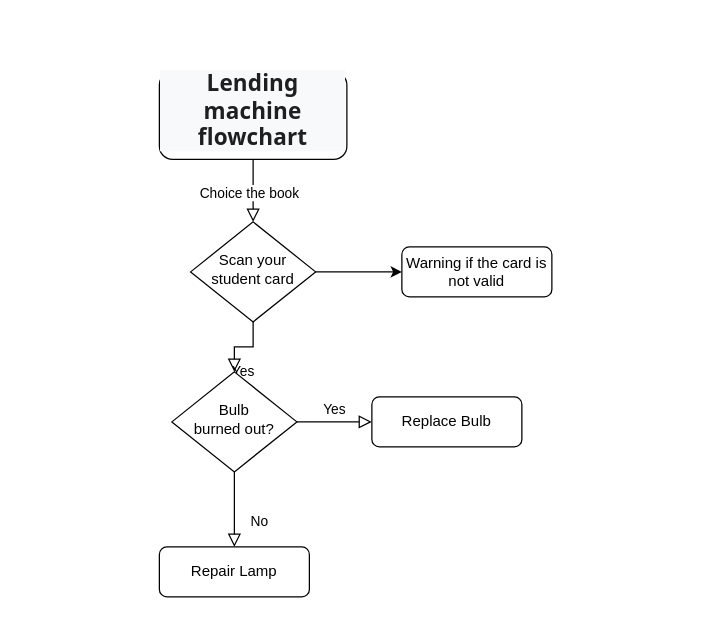
Above: Java-Group-Work.drawio in andylovecloud/Java (draw.io), before the change. Source tidied: cells renumbered, new cells numbered last; positions are measured from the earlier drawing's top-left corner, leaving out a move shared by most shapes. Both pictures are drawn from the tidied source at 125%, with x=0, y=0 at pixel (159, 71).
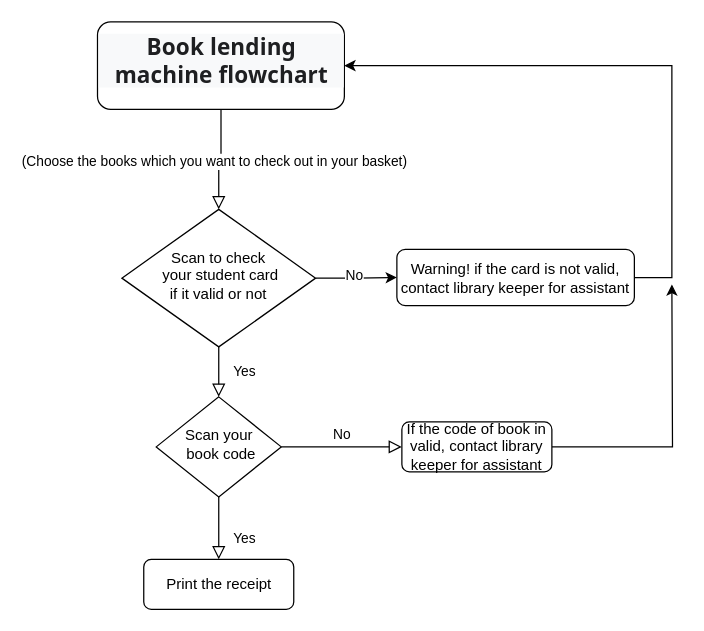
The same page after the edit.

Change to the diagram source:
```diff
@@
 <mxGraphModel>
   <root>
     <mxCell id="0" />
     <mxCell id="1" parent="0" />
     <mxCell id="2" style="rounded=0;html=1;jettySize=auto;fontSize=11;endArrow=block;endFill=0;endSize=8;strokeWidth=1;shadow=0;labelBackgroundColor=none;edgeStyle=orthogonalEdgeStyle;" parent="1" edge="1" source="4" target="7">
       <mxGeometry relative="1" as="geometry" />
     </mxCell>
-    <mxCell id="3" value="Choice the book" style="edgeLabel;html=1;align=center;verticalAlign=middle;" parent="2" vertex="1">
+    <mxCell id="3" value="(Choose the books which you want to check out in your basket)" style="edgeLabel;html=1;align=center;verticalAlign=middle;" parent="2" vertex="1">
       <mxGeometry x="0.04" y="-4" relative="1" as="geometry" />
     </mxCell>
-    <mxCell id="4" value="&lt;h4 style=&quot;box-sizing: border-box; margin-top: 0px; margin-bottom: 0.5rem; line-height: 1.2; font-size: 18px; font-family: &amp;quot;Noto Sans&amp;quot;, -apple-system, BlinkMacSystemFont, &amp;quot;Segoe UI&amp;quot;, &amp;quot;Helvetica Neue&amp;quot;, Arial, sans-serif, &amp;quot;Apple Color Emoji&amp;quot;, &amp;quot;Segoe UI Emoji&amp;quot;, &amp;quot;Segoe UI Symbol&amp;quot;; color: rgb(30, 31, 33); letter-spacing: 0.1px; background-color: rgb(248, 249, 250);&quot; id=&quot;yui_3_17_2_1_1693217284530_504&quot;&gt;Lending machine flowchart&lt;/h4&gt;" style="rounded=1;whiteSpace=wrap;html=1;fontSize=12;glass=0;strokeWidth=1;shadow=0;align=center;" parent="1" vertex="1">
-      <mxGeometry width="150" height="70" as="geometry" />
+    <mxCell id="4" value="&lt;h4 style=&quot;box-sizing: border-box; margin-top: 0px; margin-bottom: 0.5rem; line-height: 1.2; font-size: 18px; font-family: &amp;quot;Noto Sans&amp;quot;, -apple-system, BlinkMacSystemFont, &amp;quot;Segoe UI&amp;quot;, &amp;quot;Helvetica Neue&amp;quot;, Arial, sans-serif, &amp;quot;Apple Color Emoji&amp;quot;, &amp;quot;Segoe UI Emoji&amp;quot;, &amp;quot;Segoe UI Symbol&amp;quot;; color: rgb(30, 31, 33); letter-spacing: 0.1px; background-color: rgb(248, 249, 250);&quot; id=&quot;yui_3_17_2_1_1693217284530_504&quot;&gt;Book lending machine flowchart&lt;/h4&gt;" style="rounded=1;whiteSpace=wrap;html=1;fontSize=12;glass=0;strokeWidth=1;shadow=0;align=center;" parent="1" vertex="1">
+      <mxGeometry x="-49.5" y="-40" width="197.5" height="70" as="geometry" />
     </mxCell>
     <mxCell id="5" value="Yes" style="rounded=0;html=1;jettySize=auto;fontSize=11;endArrow=block;endFill=0;endSize=8;strokeWidth=1;shadow=0;labelBackgroundColor=none;edgeStyle=orthogonalEdgeStyle;" parent="1" edge="1" source="7" target="10">
       <mxGeometry y="20" relative="1" as="geometry" />
     </mxCell>
     <mxCell id="6" style="edgeStyle=orthogonalEdgeStyle;rounded=0;jettySize=auto;html=1;" parent="1" edge="1" source="7" target="13">
       <mxGeometry relative="1" as="geometry" />
     </mxCell>
+    <mxCell id="14" value="No" style="edgeLabel;html=1;align=center;verticalAlign=middle;" parent="6" vertex="1">
+      <mxGeometry x="-0.08" y="4" relative="1" as="geometry">
+        <mxPoint y="1" as="offset" />
+      </mxGeometry>
+    </mxCell>
-    <mxCell id="7" value="Scan your student card" style="rhombus;whiteSpace=wrap;html=1;shadow=0;fontFamily=Helvetica;fontSize=12;align=center;strokeWidth=1;spacing=6;spacingTop=-4;" parent="1" vertex="1">
-      <mxGeometry x="25" y="120" width="100" height="80" as="geometry" />
+    <mxCell id="7" value="Scan to check&lt;br&gt;&amp;nbsp;your student card &lt;br&gt;if it valid or not" style="rhombus;whiteSpace=wrap;html=1;shadow=0;fontFamily=Helvetica;fontSize=12;align=center;strokeWidth=1;spacing=6;spacingTop=-4;" parent="1" vertex="1">
+      <mxGeometry x="-30" y="110" width="155" height="110" as="geometry" />
     </mxCell>
-    <mxCell id="8" value="No" style="rounded=0;html=1;jettySize=auto;fontSize=11;endArrow=block;endFill=0;endSize=8;strokeWidth=1;shadow=0;labelBackgroundColor=none;edgeStyle=orthogonalEdgeStyle;" parent="1" edge="1" source="10" target="11">
+    <mxCell id="8" value="Yes" style="rounded=0;html=1;jettySize=auto;fontSize=11;endArrow=block;endFill=0;endSize=8;strokeWidth=1;shadow=0;labelBackgroundColor=none;edgeStyle=orthogonalEdgeStyle;" parent="1" edge="1" source="10" target="11">
       <mxGeometry x="0.33" y="20" relative="1" as="geometry" />
     </mxCell>
-    <mxCell id="9" value="Yes" style="edgeStyle=orthogonalEdgeStyle;rounded=0;html=1;jettySize=auto;fontSize=11;endArrow=block;endFill=0;endSize=8;strokeWidth=1;shadow=0;labelBackgroundColor=none;" parent="1" edge="1" source="10" target="12">
+    <mxCell id="9" value="No" style="edgeStyle=orthogonalEdgeStyle;rounded=0;html=1;jettySize=auto;fontSize=11;endArrow=block;endFill=0;endSize=8;strokeWidth=1;shadow=0;labelBackgroundColor=none;" parent="1" edge="1" source="10" target="12">
       <mxGeometry y="10" relative="1" as="geometry" />
     </mxCell>
-    <mxCell id="10" value="Bulb&lt;br&gt;burned out?" style="rhombus;whiteSpace=wrap;html=1;shadow=0;fontFamily=Helvetica;fontSize=12;align=center;strokeWidth=1;spacing=6;spacingTop=-4;" parent="1" vertex="1">
-      <mxGeometry x="10" y="240" width="100" height="80" as="geometry" />
+    <mxCell id="10" value="Scan your&lt;br&gt;&amp;nbsp;book code" style="rhombus;whiteSpace=wrap;html=1;shadow=0;fontFamily=Helvetica;fontSize=12;align=center;strokeWidth=1;spacing=6;spacingTop=-4;" parent="1" vertex="1">
+      <mxGeometry x="-2.5" y="260" width="100" height="80" as="geometry" />
     </mxCell>
-    <mxCell id="11" value="Repair Lamp" style="rounded=1;whiteSpace=wrap;html=1;fontSize=12;glass=0;strokeWidth=1;shadow=0;" parent="1" vertex="1">
-      <mxGeometry y="380" width="120" height="40" as="geometry" />
+    <mxCell id="11" value="Print the receipt" style="rounded=1;whiteSpace=wrap;html=1;fontSize=12;glass=0;strokeWidth=1;shadow=0;" parent="1" vertex="1">
+      <mxGeometry x="-12.5" y="390" width="120" height="40" as="geometry" />
     </mxCell>
+    <mxCell id="15" style="edgeStyle=orthogonalEdgeStyle;rounded=0;jettySize=auto;html=1;" parent="1" edge="1" source="12">
+      <mxGeometry relative="1" as="geometry">
+        <mxPoint x="410" y="170" as="targetPoint" />
+      </mxGeometry>
+    </mxCell>
-    <mxCell id="12" value="Replace Bulb" style="rounded=1;whiteSpace=wrap;html=1;fontSize=12;glass=0;strokeWidth=1;shadow=0;" parent="1" vertex="1">
-      <mxGeometry x="170" y="260" width="120" height="40" as="geometry" />
+    <mxCell id="12" value="If the code of book in valid, contact library keeper for assistant" style="rounded=1;whiteSpace=wrap;html=1;fontSize=12;glass=0;strokeWidth=1;shadow=0;" parent="1" vertex="1">
+      <mxGeometry x="194" y="280" width="120" height="40" as="geometry" />
     </mxCell>
+    <mxCell id="16" style="edgeStyle=orthogonalEdgeStyle;rounded=0;jettySize=auto;html=1;entryX=1;entryY=0.5;entryDx=0;entryDy=0;" parent="1" edge="1" source="13" target="4">
+      <mxGeometry relative="1" as="geometry">
+        <Array as="points">
+          <mxPoint x="410" y="165" />
+          <mxPoint x="410" y="-5" />
+        </Array>
+      </mxGeometry>
+    </mxCell>
-    <mxCell id="13" value="Warning if the card is not valid" style="rounded=1;whiteSpace=wrap;html=1;fontSize=12;glass=0;strokeWidth=1;shadow=0;" parent="1" vertex="1">
-      <mxGeometry x="194" y="140" width="120" height="40" as="geometry" />
+    <mxCell id="13" value="Warning! if the card is not valid, contact library keeper for assistant" style="rounded=1;whiteSpace=wrap;html=1;fontSize=12;glass=0;strokeWidth=1;shadow=0;" parent="1" vertex="1">
+      <mxGeometry x="190" y="142" width="190" height="45" as="geometry" />
     </mxCell>
   </root>
 </mxGraphModel>
```
